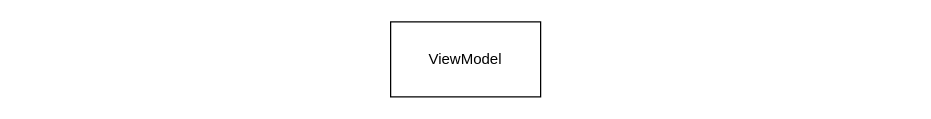
Earlier version of the draw.io diagram MVVM_template.drawio (Oxford-Hypernautics/.github). Source tidied: cells renumbered, new cells numbered last; positions are measured from the earlier drawing's top-left corner, leaving out a move shared by most shapes. Both pictures are drawn from the tidied source at 125%, with x=0, y=0 at pixel (390, 21).
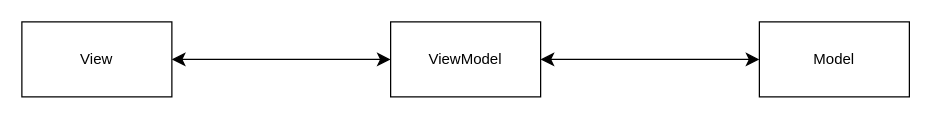
Above is the later version.

Commit message:
feat: add M, V, VM boxes and arrows

What changed in the source:
```diff
@@
 <mxGraphModel>
   <root>
     <mxCell id="0" />
     <mxCell id="1" parent="0" />
     <mxCell id="2" value="ViewModel" style="whiteSpace=wrap;html=1;" parent="1" vertex="1">
       <mxGeometry width="120" height="60" as="geometry" />
     </mxCell>
+    <mxCell id="3" value="View" style="whiteSpace=wrap;html=1;" parent="1" vertex="1">
+      <mxGeometry x="-295" width="120" height="60" as="geometry" />
+    </mxCell>
+    <mxCell id="4" value="Model" style="rounded=0;whiteSpace=wrap;html=1;" parent="1" vertex="1">
+      <mxGeometry x="295" width="120" height="60" as="geometry" />
+    </mxCell>
+    <mxCell id="5" style="endArrow=classic;startArrow=classic;html=1;rounded=0;fontSize=12;startSize=8;endSize=8;curved=1;" parent="1" edge="1" source="2" target="4">
+      <mxGeometry relative="1" as="geometry" />
+    </mxCell>
+    <mxCell id="6" style="endArrow=classic;startArrow=classic;html=1;rounded=0;fontSize=12;startSize=8;endSize=8;curved=1;" parent="1" edge="1" source="3" target="2">
+      <mxGeometry relative="1" as="geometry" />
+    </mxCell>
   </root>
 </mxGraphModel>
```
